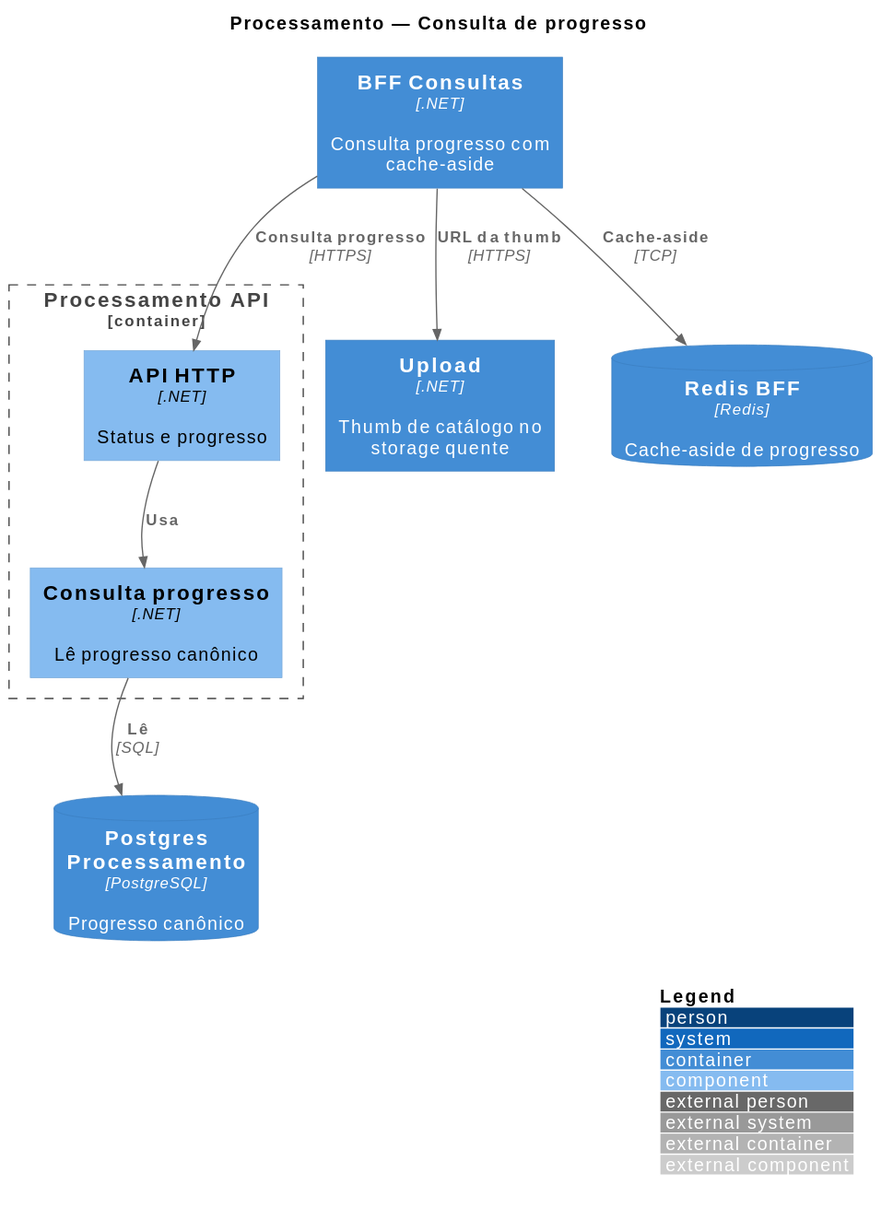
This is arquitetura/07_componentes-processamento-consulta.svg from fiap-x-vcosta/docs, a PlantUML export, as it was before one commit.
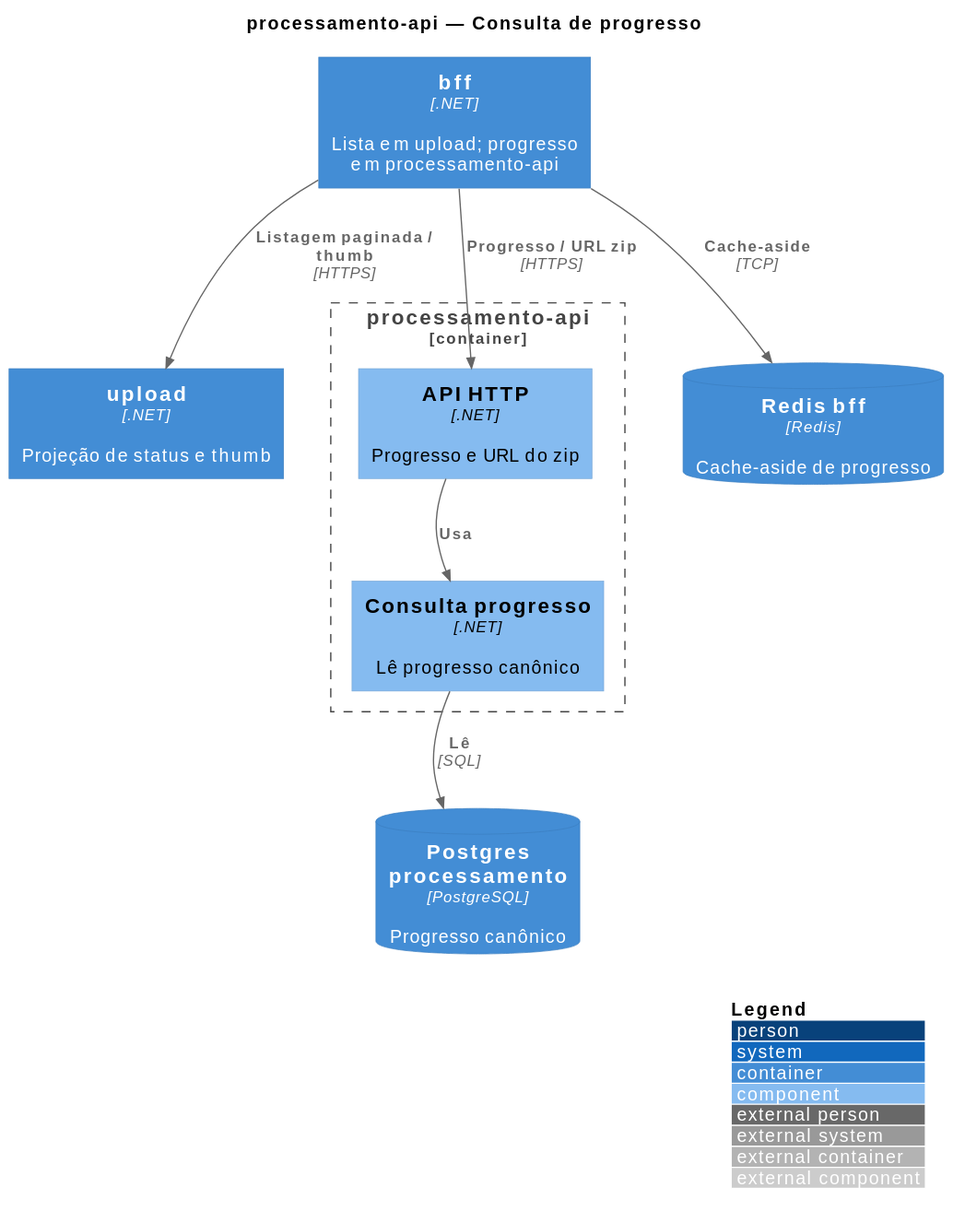
Later version of the same file.

Diff of the diagram source:
```diff
@@ -4,27 +4,27 @@
 LAYOUT_WITH_LEGEND()
 LAYOUT_TOP_DOWN()
 
-title Processamento — Consulta de progresso
+title processamento-api — Consulta de progresso
 
-Container(bff, "BFF Consultas", ".NET", "Consulta progresso com cache-aside")
-Container(upload, "Upload", ".NET", "Thumb de catálogo no storage quente")
-ContainerDb(redis, "Redis BFF", "Redis", "Cache-aside de progresso")
-ContainerDb(pgProc, "Postgres Processamento", "PostgreSQL", "Progresso canônico")
+Container(bff, "bff", ".NET", "Lista em upload; progresso em processamento-api")
+Container(upload, "upload", ".NET", "Projeção de status e thumb")
+ContainerDb(redis, "Redis bff", "Redis", "Cache-aside de progresso")
+ContainerDb(pgProc, "Postgres processamento", "PostgreSQL", "Progresso canônico")
 
-Container_Boundary(procApi, "Processamento API") {
-  Component(apiHttp, "API HTTP", ".NET", "Status e progresso")
+Container_Boundary(procApi, "processamento-api") {
+  Component(apiHttp, "API HTTP", ".NET", "Progresso e URL do zip")
   Component(consulta, "Consulta progresso", ".NET", "Lê progresso canônico")
 }
 
+Rel(bff, upload, "Listagem paginada / thumb", "HTTPS")
 Rel(bff, redis, "Cache-aside", "TCP")
-Rel(bff, apiHttp, "Consulta progresso", "HTTPS")
+Rel(bff, apiHttp, "Progresso / URL zip", "HTTPS")
 Rel(apiHttp, consulta, "Usa")
 Rel(consulta, pgProc, "Lê", "SQL")
-Rel(bff, upload, "URL da thumb", "HTTPS")
 
 Lay_D(bff, redis)
+Lay_R(bff, upload)
 Lay_R(bff, apiHttp)
 Lay_D(apiHttp, consulta)
 Lay_D(consulta, pgProc)
-Lay_R(apiHttp, upload)
 @enduml
```
